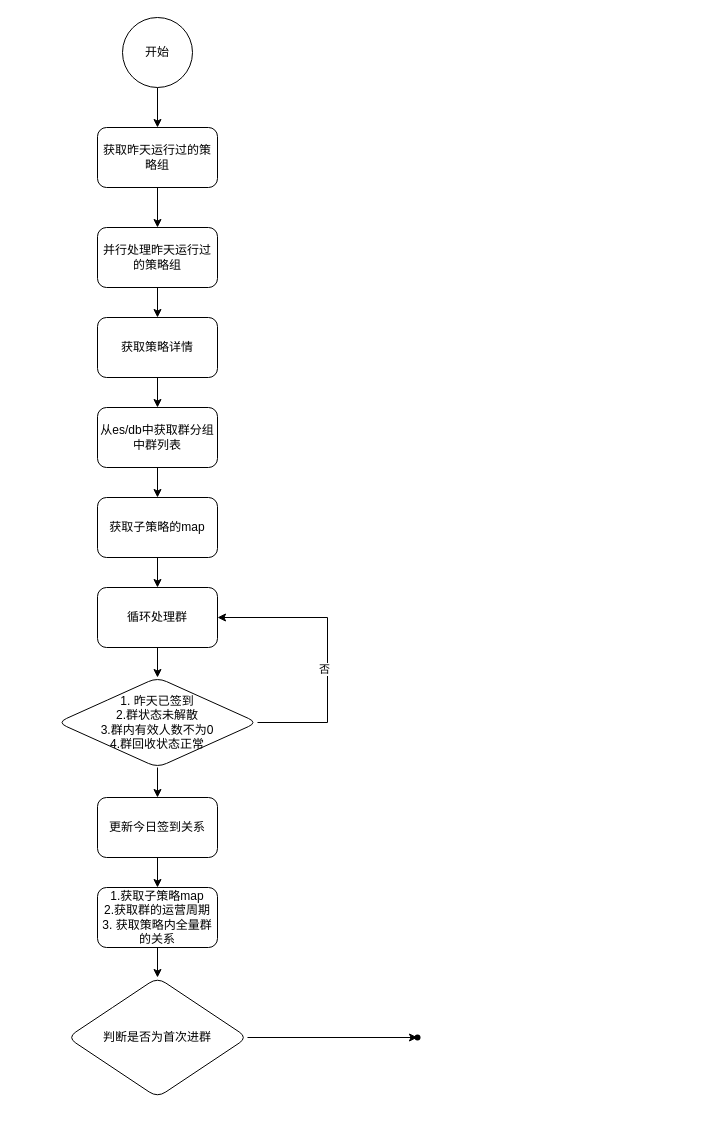
Earlier version of the draw.io diagram 未命名绘图.drawio (taopigu/Blog). Source tidied: cells renumbered, new cells numbered last; positions are measured from the earlier drawing's top-left corner, leaving out a move shared by most shapes. Both pictures are drawn from the tidied source at 100%, with x=0, y=0 at pixel (57, 17).
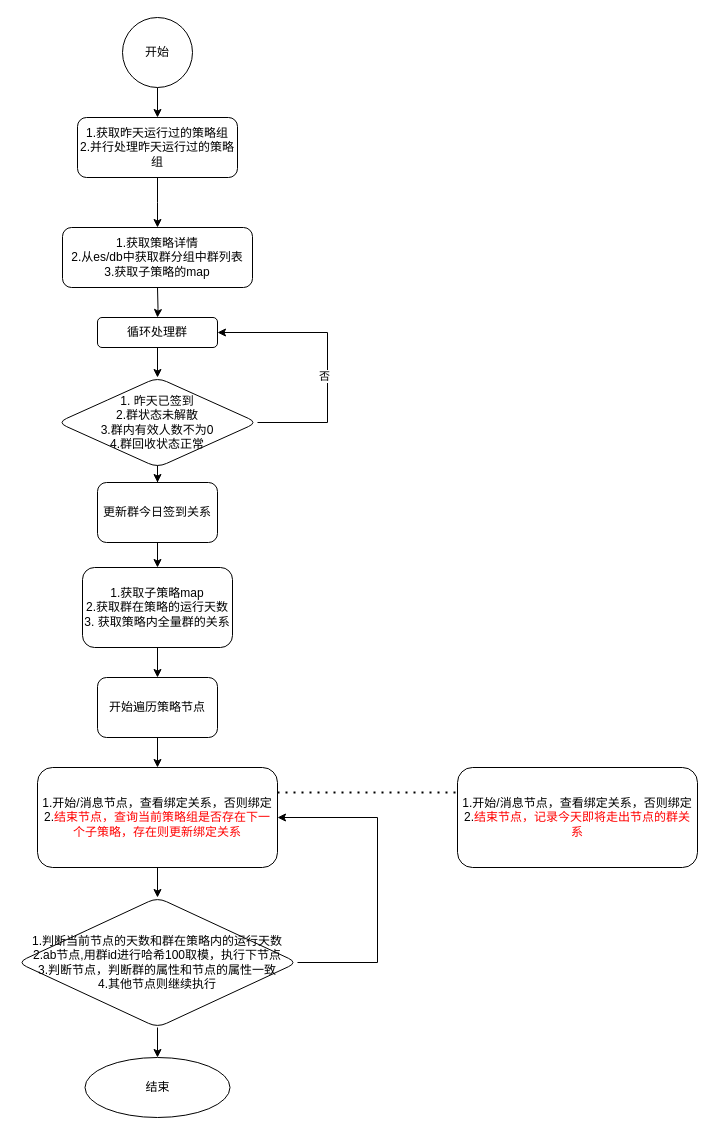
After the change.

Commit message:
更新未命名绘图.drawio

Change to the diagram source:
```diff
@@
-    <mxCell id="2" style="edgeStyle=orthogonalEdgeStyle;rounded=0;jettySize=auto;html=1;" parent="1" edge="1" source="3" target="5">
-      <mxGeometry relative="1" as="geometry" />
+    <mxCell id="2" style="edgeStyle=orthogonalEdgeStyle;rounded=0;jettySize=auto;html=1;" parent="1" edge="1" source="3">
+      <mxGeometry relative="1" as="geometry">
+        <mxPoint x="100" y="210" as="targetPoint" />
+      </mxGeometry>
     </mxCell>
-    <mxCell id="3" value="获取昨天运行过的策略组" style="whiteSpace=wrap;html=1;rounded=1;glass=0;strokeWidth=1;shadow=0;" parent="1" vertex="1">
-      <mxGeometry x="40" y="110" width="120" height="60" as="geometry" />
+    <mxCell id="3" value="1.获取昨天运行过的策略组&lt;br&gt;2.并行处理昨天运行过的策略组" style="whiteSpace=wrap;html=1;rounded=1;glass=0;strokeWidth=1;shadow=0;" parent="1" vertex="1">
+      <mxGeometry x="20" y="100" width="160" height="60" as="geometry" />
     </mxCell>
-    <mxCell id="4" style="edgeStyle=orthogonalEdgeStyle;rounded=0;jettySize=auto;html=1;" parent="1" edge="1" source="5" target="7">
-      <mxGeometry relative="1" as="geometry" />
-    </mxCell>
-    <mxCell id="5" value="并行处理昨天运行过的策略组" style="whiteSpace=wrap;html=1;rounded=1;glass=0;strokeWidth=1;shadow=0;" parent="1" vertex="1">
-      <mxGeometry x="40" y="210" width="120" height="60" as="geometry" />
-    </mxCell>
-    <mxCell id="6" style="edgeStyle=orthogonalEdgeStyle;rounded=0;jettySize=auto;html=1;" parent="1" edge="1" source="7" target="11">
-      <mxGeometry relative="1" as="geometry" />
-    </mxCell>
-    <mxCell id="7" value="获取策略详情" style="whiteSpace=wrap;html=1;rounded=1;glass=0;strokeWidth=1;shadow=0;" parent="1" vertex="1">
-      <mxGeometry x="40" y="300" width="120" height="60" as="geometry" />
+    <mxCell id="7" value="1.获取策略详情&lt;br&gt;2.从es/db中获取群分组中群列表&lt;br&gt;3.获取子策略的map" style="whiteSpace=wrap;html=1;rounded=1;glass=0;strokeWidth=1;shadow=0;" parent="1" vertex="1">
+      <mxGeometry x="5" y="210" width="190" height="60" as="geometry" />
     </mxCell>
@@
-    <mxCell id="10" style="edgeStyle=orthogonalEdgeStyle;rounded=0;jettySize=auto;html=1;" parent="1" edge="1" source="11" target="13">
-      <mxGeometry relative="1" as="geometry" />
+    <mxCell id="10" style="edgeStyle=orthogonalEdgeStyle;rounded=0;orthogonalLoop=1;jettySize=auto;html=1;" parent="1" edge="1">
+      <mxGeometry relative="1" as="geometry">
+        <mxPoint x="100" y="450" as="sourcePoint" />
+      </mxGeometry>
     </mxCell>
-    <mxCell id="11" value="从es/db中获取群分组中群列表" style="whiteSpace=wrap;html=1;rounded=1;glass=0;strokeWidth=1;shadow=0;" parent="1" vertex="1">
-      <mxGeometry x="40" y="390" width="120" height="60" as="geometry" />
-    </mxCell>
-    <mxCell id="12" style="edgeStyle=orthogonalEdgeStyle;rounded=0;jettySize=auto;html=1;" parent="1" edge="1" source="13" target="15">
-      <mxGeometry relative="1" as="geometry" />
+    <mxCell id="12" style="edgeStyle=orthogonalEdgeStyle;rounded=0;jettySize=auto;html=1;" parent="1" edge="1" target="15">
+      <mxGeometry relative="1" as="geometry">
+        <mxPoint x="100" y="270" as="sourcePoint" />
+      </mxGeometry>
     </mxCell>
-    <mxCell id="13" value="获取子策略的map" style="whiteSpace=wrap;html=1;rounded=1;glass=0;strokeWidth=1;shadow=0;" parent="1" vertex="1">
-      <mxGeometry x="40" y="480" width="120" height="60" as="geometry" />
-    </mxCell>
@@
     <mxCell id="15" value="循环处理群" style="whiteSpace=wrap;html=1;rounded=1;glass=0;strokeWidth=1;shadow=0;" parent="1" vertex="1">
-      <mxGeometry x="40" y="570" width="120" height="60" as="geometry" />
+      <mxGeometry x="40" y="300" width="120" height="30" as="geometry" />
     </mxCell>
@@
     <mxCell id="17" value="1. 昨天已签到&lt;br&gt;2.群状态未解散&lt;br&gt;3.群内有效人数不为0&lt;br&gt;4.群回收状态正常" style="rhombus;whiteSpace=wrap;html=1;rounded=1;glass=0;strokeWidth=1;shadow=0;" parent="1" vertex="1">
-      <mxGeometry y="660" width="200" height="90" as="geometry" />
+      <mxGeometry y="360" width="200" height="90" as="geometry" />
     </mxCell>
     <mxCell id="18" style="endArrow=classic;html=1;rounded=0;exitX=1;exitY=0.5;exitDx=0;exitDy=0;entryX=1;entryY=0.5;entryDx=0;entryDy=0;" parent="1" edge="1" source="17" target="15">
       <mxGeometry relative="1" as="geometry">
         <Array as="points">
-          <mxPoint x="270" y="705" />
-          <mxPoint x="270" y="600" />
+          <mxPoint x="270" y="405" />
+          <mxPoint x="270" y="315" />
         </Array>
       </mxGeometry>
     </mxCell>
@@
-    <mxCell id="21" value="更新今日签到关系" style="whiteSpace=wrap;html=1;rounded=1;glass=0;strokeWidth=1;shadow=0;" parent="1" vertex="1">
-      <mxGeometry x="40" y="780" width="120" height="60" as="geometry" />
+    <mxCell id="21" value="更新群今日签到关系" style="whiteSpace=wrap;html=1;rounded=1;glass=0;strokeWidth=1;shadow=0;" parent="1" vertex="1">
+      <mxGeometry x="40" y="465" width="120" height="60" as="geometry" />
     </mxCell>
-    <mxCell id="22" style="edgeStyle=orthogonalEdgeStyle;rounded=0;jettySize=auto;html=1;" parent="1" edge="1" source="23" target="25">
-      <mxGeometry relative="1" as="geometry" />
-    </mxCell>
+    <mxCell id="27" style="edgeStyle=orthogonalEdgeStyle;rounded=0;jettySize=auto;html=1;" parent="1" edge="1" source="23" target="29">
+      <mxGeometry relative="1" as="geometry" />
+    </mxCell>
-    <mxCell id="23" value="1.获取子策略map&lt;br&gt;2.获取群的运营周期&lt;br&gt;3. 获取策略内全量群的关系" style="whiteSpace=wrap;html=1;rounded=1;glass=0;strokeWidth=1;shadow=0;" parent="1" vertex="1">
-      <mxGeometry x="40" y="870" width="120" height="60" as="geometry" />
+    <mxCell id="23" value="1.获取子策略map&lt;br&gt;2.获取群在策略的运行天数&lt;br&gt;3. 获取策略内全量群的关系" style="whiteSpace=wrap;html=1;rounded=1;glass=0;strokeWidth=1;shadow=0;" parent="1" vertex="1">
+      <mxGeometry x="25" y="550" width="150" height="80" as="geometry" />
     </mxCell>
-    <mxCell id="24" style="edgeStyle=orthogonalEdgeStyle;rounded=0;jettySize=auto;html=1;" parent="1" edge="1" source="25" target="26">
-      <mxGeometry relative="1" as="geometry" />
-    </mxCell>
-    <mxCell id="25" value="判断是否为首次进群" style="rhombus;whiteSpace=wrap;html=1;rounded=1;glass=0;strokeWidth=1;shadow=0;" parent="1" vertex="1">
-      <mxGeometry x="10" y="960" width="180" height="120" as="geometry" />
-    </mxCell>
-    <mxCell id="26" style="shape=waypoint;sketch=0;size=6;points=[];fillColor=default;perimeter=centerPerimeter;snapToPoint=1;rounded=1;glass=0;strokeWidth=1;shadow=0;" parent="1" vertex="1">
-      <mxGeometry x="350" y="1010" width="20" height="20" as="geometry" />
-    </mxCell>
+    <mxCell id="28" style="edgeStyle=orthogonalEdgeStyle;rounded=0;jettySize=auto;html=1;" parent="1" edge="1" source="29" target="33">
+      <mxGeometry relative="1" as="geometry" />
+    </mxCell>
+    <mxCell id="29" value="开始遍历策略节点" style="whiteSpace=wrap;html=1;rounded=1;glass=0;strokeWidth=1;shadow=0;" parent="1" vertex="1">
+      <mxGeometry x="40" y="660" width="120" height="60" as="geometry" />
+    </mxCell>
+    <mxCell id="30" style="edgeStyle=orthogonalEdgeStyle;rounded=0;jettySize=auto;html=1;" parent="1" edge="1" source="31" target="35">
+      <mxGeometry relative="1" as="geometry" />
+    </mxCell>
+    <mxCell id="31" value="1.判断当前节点的天数和群在策略内的运行天数&lt;br&gt;2.ab节点,用群id进行哈希100取模，执行下节点&lt;br&gt;3.判断节点，判断群的属性和节点的属性一致&lt;br&gt;4.其他节点则继续执行" style="rhombus;whiteSpace=wrap;html=1;rounded=1;glass=0;strokeWidth=1;shadow=0;" parent="1" vertex="1">
+      <mxGeometry x="-40" y="880" width="280" height="130" as="geometry" />
+    </mxCell>
+    <mxCell id="32" style="edgeStyle=orthogonalEdgeStyle;rounded=0;jettySize=auto;html=1;" parent="1" edge="1" source="33" target="31">
+      <mxGeometry relative="1" as="geometry" />
+    </mxCell>
+    <mxCell id="33" value="1.开始/消息节点，查看绑定关系，否则绑定&lt;br style=&quot;border-color: var(--border-color);&quot;&gt;2.&lt;font color=&quot;#ff0000&quot;&gt;结束节点，查询当前策略组是否存在下一个子策略，存在则更新绑定关系&lt;/font&gt;" style="whiteSpace=wrap;html=1;rounded=1;glass=0;strokeWidth=1;shadow=0;" parent="1" vertex="1">
+      <mxGeometry x="-20" y="750" width="240" height="100" as="geometry" />
+    </mxCell>
+    <mxCell id="34" style="endArrow=classic;html=1;rounded=0;exitX=1;exitY=0.5;exitDx=0;exitDy=0;entryX=1;entryY=0.5;entryDx=0;entryDy=0;" parent="1" edge="1" source="31" target="33">
+      <mxGeometry relative="1" as="geometry">
+        <Array as="points">
+          <mxPoint x="320" y="945" />
+          <mxPoint x="320" y="800" />
+        </Array>
+      </mxGeometry>
+    </mxCell>
+    <mxCell id="35" value="结束" style="ellipse;whiteSpace=wrap;html=1;rounded=1;glass=0;strokeWidth=1;shadow=0;" parent="1" vertex="1">
+      <mxGeometry x="27.5" y="1040" width="145" height="60" as="geometry" />
+    </mxCell>
+    <mxCell id="36" style="endArrow=none;dashed=1;html=1;dashPattern=1 3;strokeWidth=2;rounded=0;exitX=1;exitY=0.25;exitDx=0;exitDy=0;" parent="1" edge="1" source="33">
+      <mxGeometry relative="1" as="geometry">
+        <mxPoint x="400" y="775" as="targetPoint" />
+      </mxGeometry>
+    </mxCell>
+    <mxCell id="37" value="1.开始/消息节点，查看绑定关系，否则绑定&lt;br style=&quot;border-color: var(--border-color);&quot;&gt;2.&lt;font color=&quot;#ff0000&quot;&gt;结束节点，记录今天即将走出节点的群关系&lt;/font&gt;" style="whiteSpace=wrap;html=1;rounded=1;glass=0;strokeWidth=1;shadow=0;" parent="1" vertex="1">
+      <mxGeometry x="400" y="750" width="240" height="100" as="geometry" />
+    </mxCell>
```
